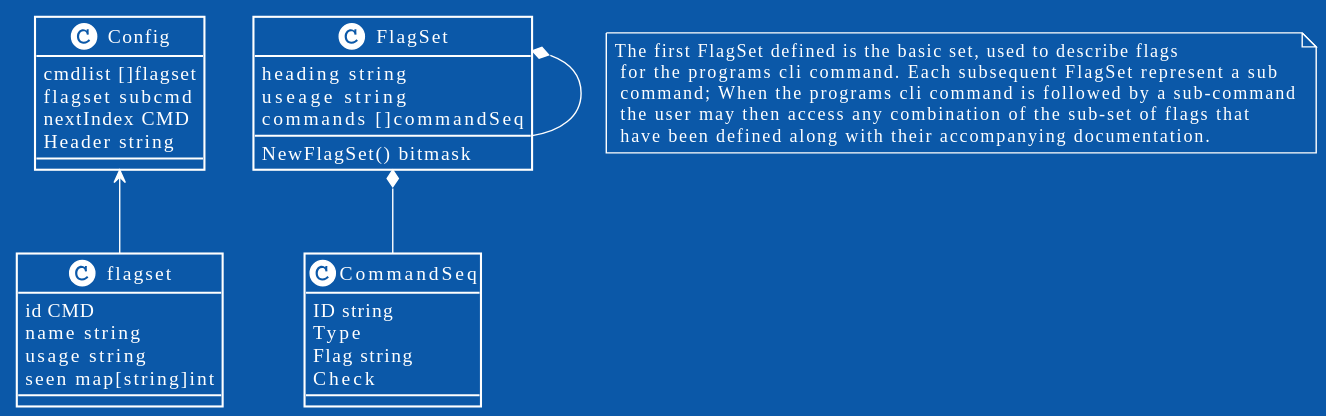
Earlier version of the PlantUML export notes/conf.svg (8i8/conf).
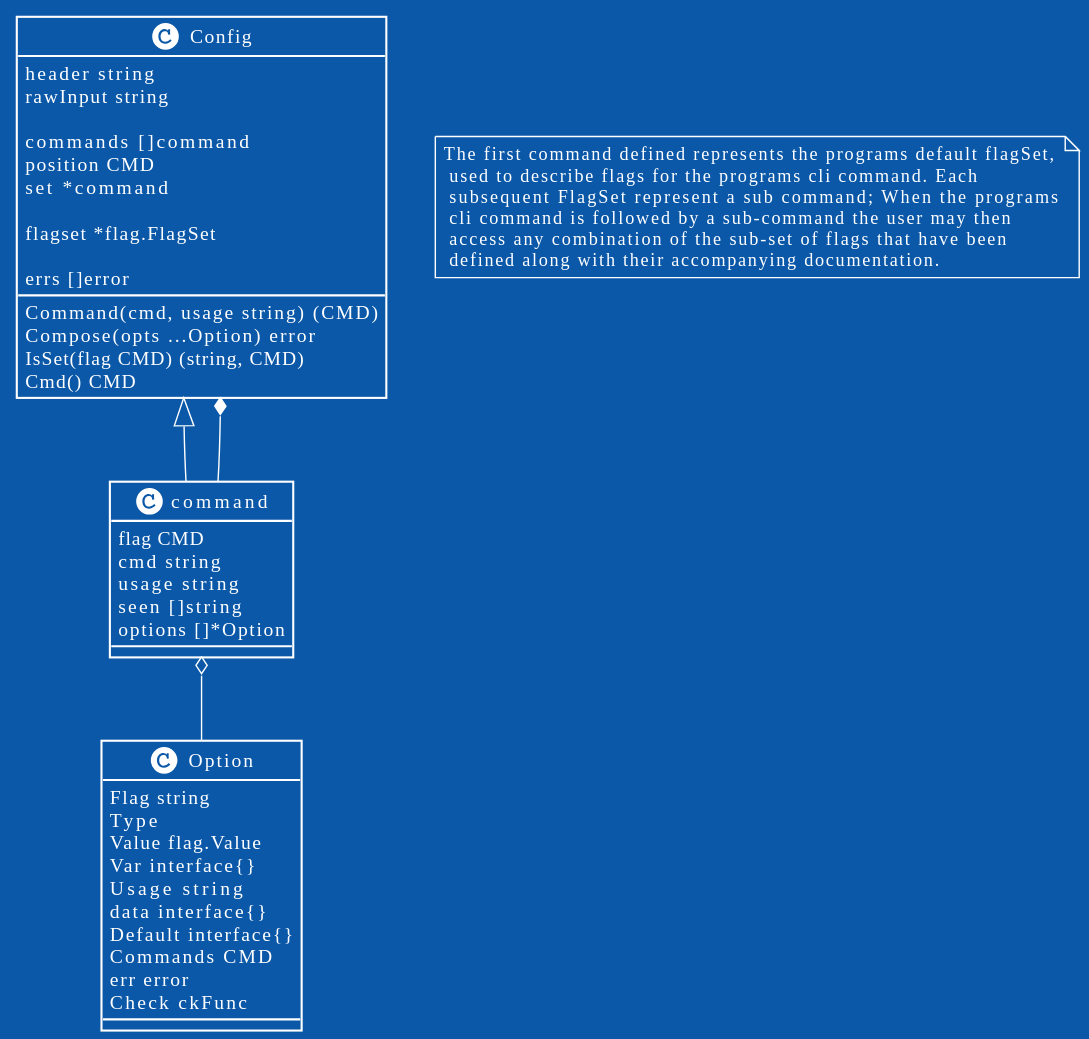
After the change.

What changed in the source:
```diff
@@ -3,38 +3,49 @@
 !theme amiga
 
 class Config {
-	cmdlist []flagset
-	flagset subcmd
-	nextIndex CMD
-	Header string
+
+	header string
+	rawInput string
+
+	commands []command
+	position CMD
+	set *command
+
+	flagset *flag.FlagSet
+
+	errs []error
+
+	Command(cmd, usage string) (CMD)
+	Compose(opts ...Option) error
+	IsSet(flag CMD) (string, CMD)
+	Cmd() CMD
 }
 
-class flagset {
-	id CMD
-	name string
+class command {
+	flag CMD
+	cmd string
 	usage string
-	seen map[string]int
+	seen []string
+	options []*Option
 }
 
-Config <-- flagset
+Config <|-- command
+Config *-- command
+command o-- Option
 
-class FlagSet {
-	heading  string
-	useage   string
-	commands []commandSeq
-	NewFlagSet() bitmask
+class Option {
+	Flag string
+	Type
+	Value flag.Value
+	Var interface{}
+	Usage   string
+	data interface{}
+	Default interface{}
+	Commands CMD
+	err error
+	Check ckFunc
 }
 
-class CommandSeq {
-	ID string
-	Type
-	Flag string
-	Check
-}
-
-note "The first FlagSet defined is the basic set, used to describe flags\n for the programs cli command. Each subsequent FlagSet represent a sub\n command; When the programs cli command is followed by a sub-command\n the user may then access any combination of the sub-set of flags that\n have been defined along with their accompanying documentation." as N1
-
-FlagSet *-- FlagSet
-FlagSet *-- CommandSeq
+note "The first command defined represents the programs default flagSet,\n used to describe flags for the programs cli command. Each\n subsequent FlagSet represent a sub command; When the programs\n cli command is followed by a sub-command the user may then\n access any combination of the sub-set of flags that have been\n defined along with their accompanying documentation." as N1
 
 @enduml
```
